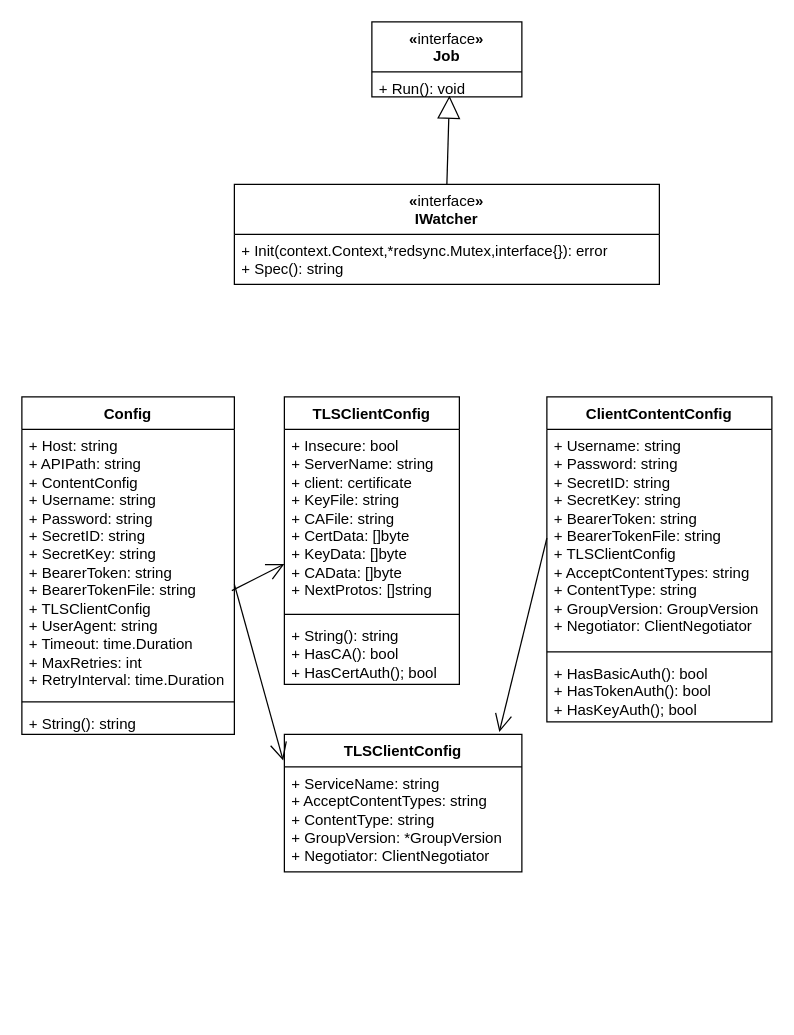
The draw.io diagram SDK客户端类图.drawio in elisaovivo/restful-api-demo, before the edit. Source tidied: cells renumbered, new cells numbered last; positions are measured from the earlier drawing's top-left corner, leaving out a move shared by most shapes. Both pictures are drawn from the tidied source at 125%, with x=0, y=0 at pixel (21, 21).
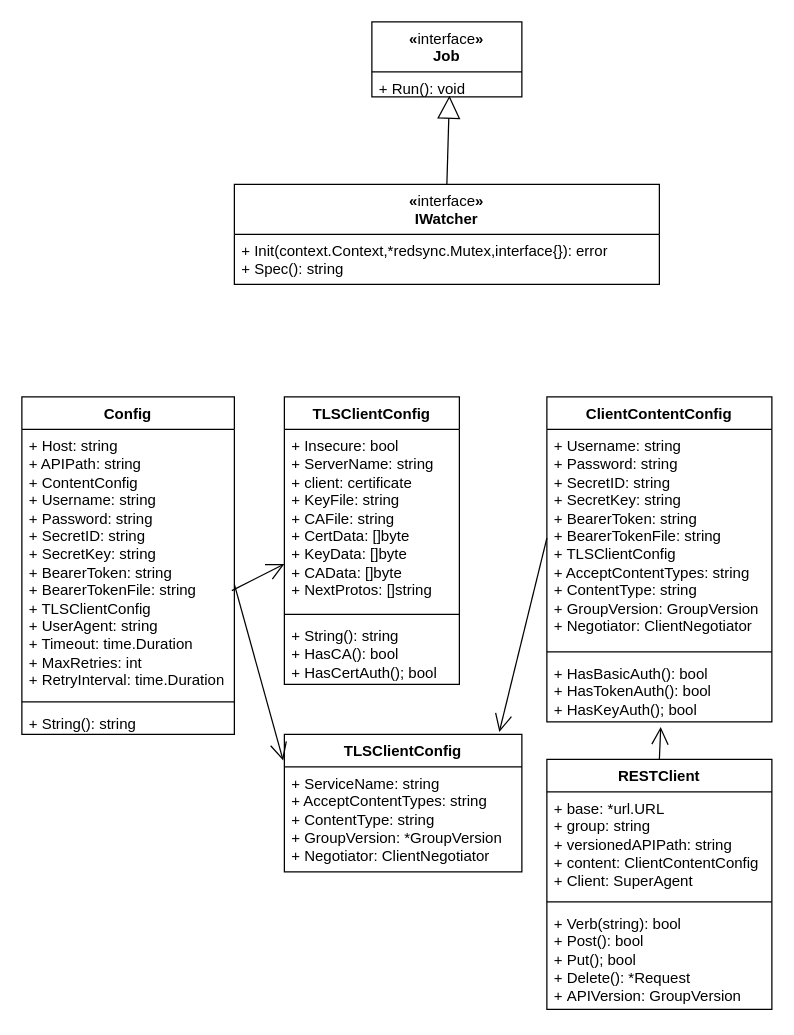
The same page after the edit.

Commit message (it also covers changes not shown here):
更新SDK客户端类图.drawio

Unchanged cells that the change refers to:
```xml
<mxCell id="20" value="+ HasBasicAuth(): bool&lt;div&gt;+ HasTokenAuth(): bool&lt;/div&gt;&lt;div&gt;+&amp;nbsp;HasKeyAuth(); bool&lt;/div&gt;&lt;div&gt;&lt;div&gt;&lt;br&gt;&lt;/div&gt;&lt;/div&gt;" style="text;strokeColor=none;fillColor=none;align=left;verticalAlign=top;spacingLeft=4;spacingRight=4;overflow=hidden;points=[[0,0.5],[1,0.5]];portConstraint=eastwest;whiteSpace=wrap;html=1;" parent="17" vertex="1">
  <mxGeometry y="208" width="180" height="52" as="geometry" />
</mxCell>
```

The edit, as a diff of the source:
```diff
@@
+    <mxCell id="24" value="RESTClient" style="swimlane;fontStyle=1;align=center;verticalAlign=top;horizontal=1;startSize=26;whiteSpace=wrap;html=1;" parent="1" vertex="1">
+      <mxGeometry x="420" y="590" width="180" height="200" as="geometry" />
+    </mxCell>
+    <mxCell id="25" value="&lt;div&gt;+ base: *url.URL&lt;/div&gt;&lt;div&gt;&lt;span style=&quot;background-color: initial;&quot;&gt;+ group: string&lt;/span&gt;&lt;br&gt;&lt;/div&gt;&lt;div&gt;&lt;span style=&quot;background-color: initial;&quot;&gt;+ versionedAPIPath: string&lt;/span&gt;&lt;br&gt;&lt;/div&gt;&lt;div&gt;&lt;span style=&quot;background-color: initial;&quot;&gt;+ content: ClientContentConfig&lt;/span&gt;&lt;br&gt;&lt;/div&gt;&lt;div&gt;&lt;span style=&quot;white-space: normal;&quot;&gt;+ Client: SuperAgent&lt;/span&gt;&lt;/div&gt;" style="text;strokeColor=none;fillColor=none;align=left;verticalAlign=top;spacingLeft=4;spacingRight=4;overflow=hidden;whiteSpace=wrap;html=1;" parent="24" vertex="1">
+      <mxGeometry y="26" width="180" height="84" as="geometry" />
+    </mxCell>
+    <mxCell id="26" style="line;strokeWidth=1;fillColor=none;align=left;verticalAlign=middle;spacingTop=-1;spacingLeft=3;spacingRight=3;labelPosition=right;strokeColor=inherit;" parent="24" vertex="1">
+      <mxGeometry y="110" width="180" height="8" as="geometry" />
+    </mxCell>
+    <mxCell id="27" value="+ Verb(string): bool&lt;div&gt;+ Post(): bool&lt;/div&gt;&lt;div&gt;+&amp;nbsp;Put(); bool&lt;/div&gt;&lt;div&gt;&lt;div&gt;+&amp;nbsp;Delete(): *Request&lt;/div&gt;&lt;/div&gt;&lt;div&gt;+&amp;nbsp;APIVersion: GroupVersion&lt;/div&gt;" style="text;strokeColor=none;fillColor=none;align=left;verticalAlign=top;spacingLeft=4;spacingRight=4;overflow=hidden;whiteSpace=wrap;html=1;" parent="24" vertex="1">
+      <mxGeometry y="118" width="180" height="82" as="geometry" />
+    </mxCell>
+    <mxCell id="28" style="endArrow=open;endFill=1;endSize=12;html=1;rounded=0;exitX=0.5;exitY=0;exitDx=0;exitDy=0;entryX=0.506;entryY=1.077;entryDx=0;entryDy=0;entryPerimeter=0;" parent="1" edge="1" source="24" target="20">
+      <mxGeometry relative="1" as="geometry" />
+    </mxCell>
```
